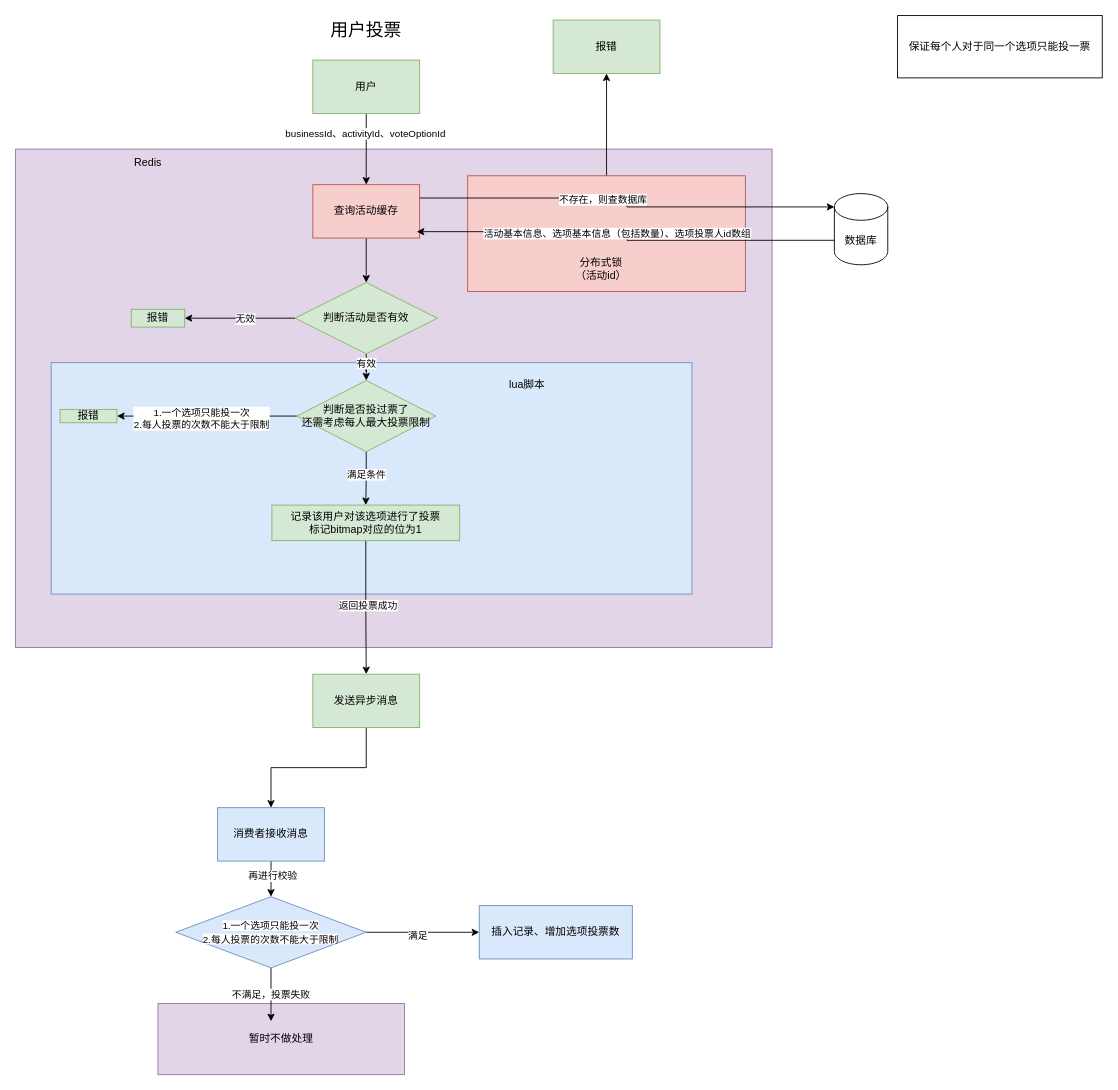
This is page "投票" (10 of 14) of Lottery.drawio from onlyactwo/DrawIO, a draw.io file, before an edit. Source tidied: cells renumbered, new cells numbered last; positions are measured from the earlier drawing's top-left corner, leaving out a move shared by most shapes. Both pictures are drawn from the tidied source at 89%, with x=0, y=0 at pixel (15, 15).
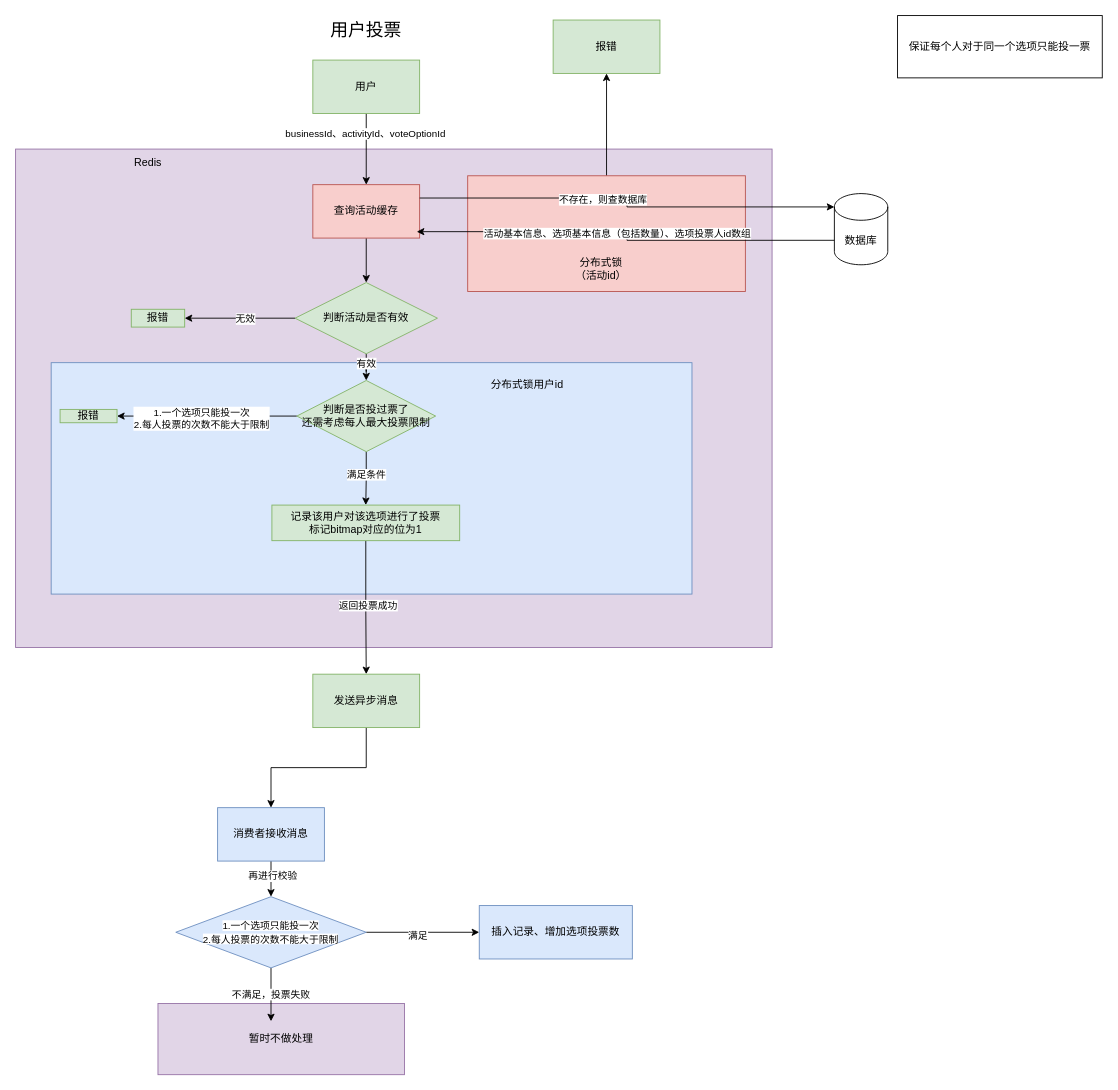
After the change.

Change to the diagram source:
```diff
@@
-    <mxCell id="36" value="lua脚本" style="text;html=1;align=center;verticalAlign=middle;whiteSpace=wrap;rounded=0;" parent="1" vertex="1">
+    <mxCell id="36" value="分布式锁用户id" style="text;html=1;align=center;verticalAlign=middle;whiteSpace=wrap;rounded=0;" parent="1" vertex="1">
       <mxGeometry x="490" y="400" width="170" height="30" as="geometry" />
     </mxCell>
```
